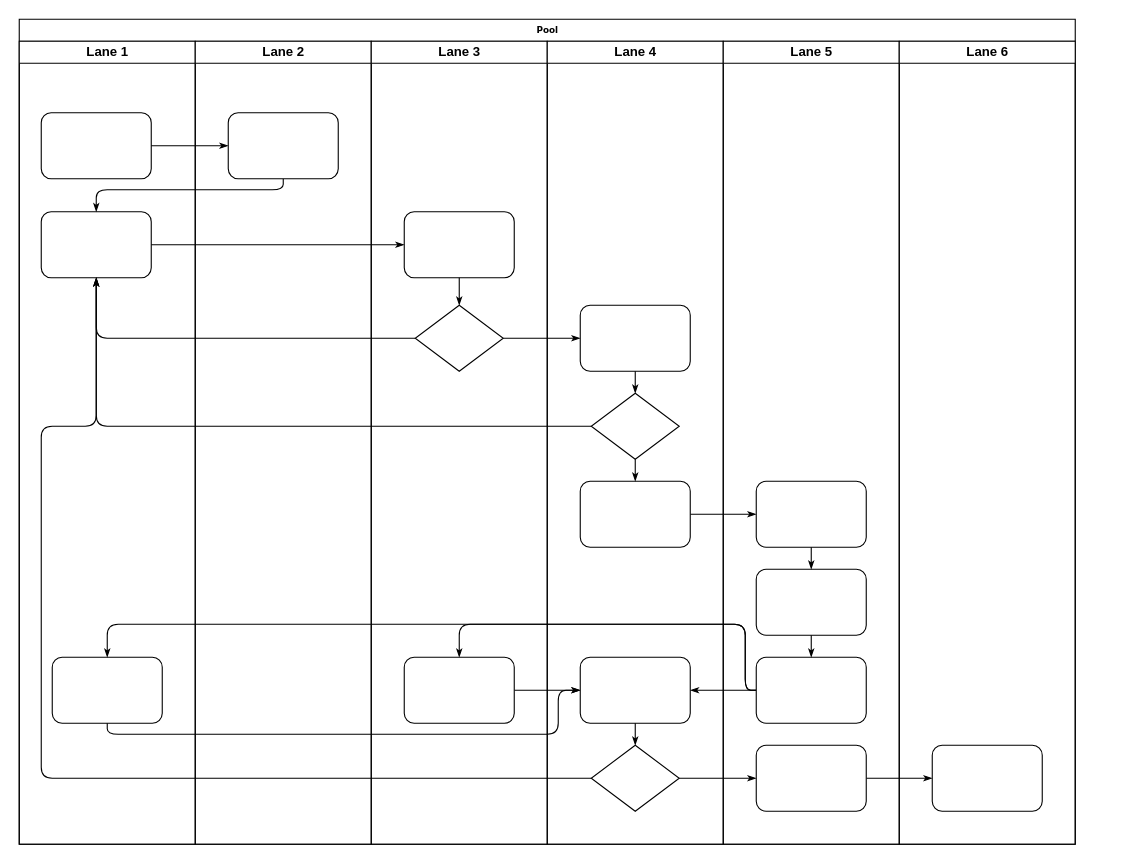
Earlier version of the draw.io diagram 未命名绘图.drawio (chao232/demo). Source tidied: cells renumbered, new cells numbered last; positions are measured from the earlier drawing's top-left corner, leaving out a move shared by most shapes. Both pictures are drawn from the tidied source at 110%, with x=0, y=0 at pixel (19, 19).
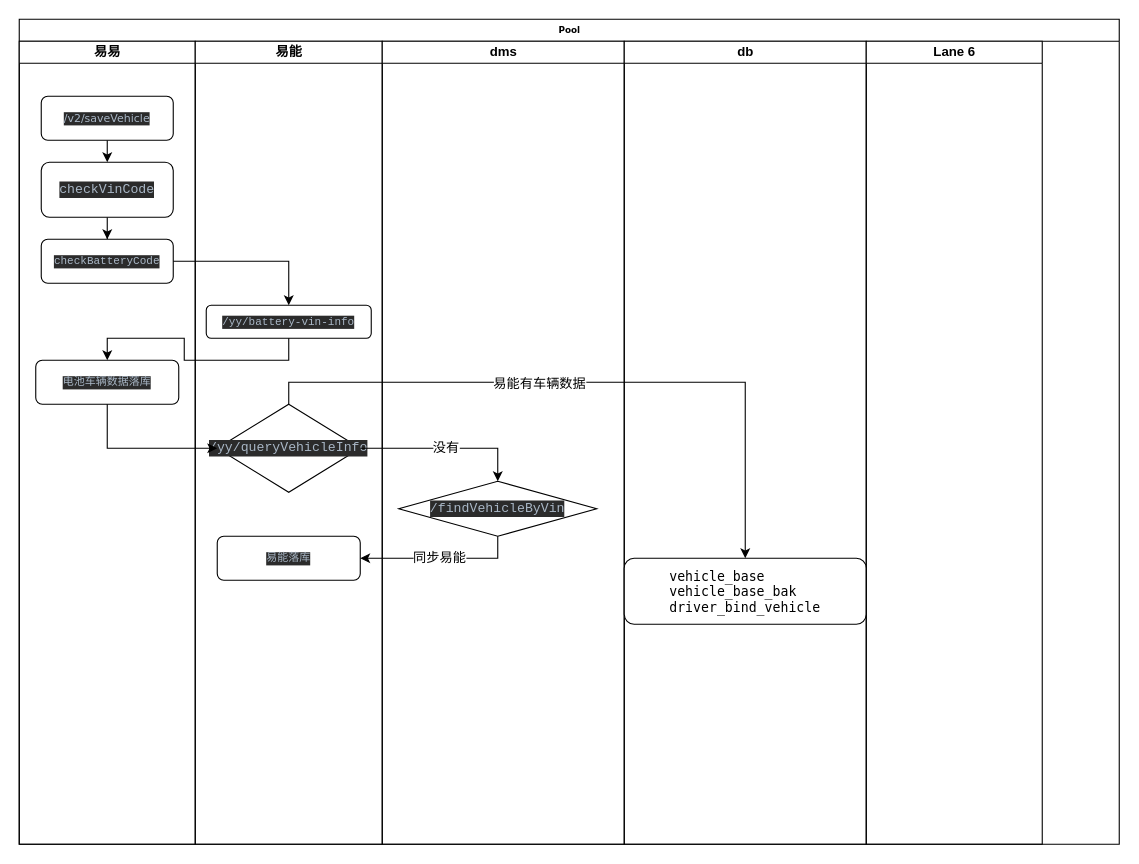
The same page after the edit.

Commit message:
车辆电池入网.drawio

Change to the diagram source:
```diff
@@
     <mxCell id="2" value="Pool" style="swimlane;html=1;startSize=20;rounded=0;shadow=0;labelBackgroundColor=none;strokeWidth=1;fontFamily=Verdana;fontSize=8;align=center;" parent="1" vertex="1">
-      <mxGeometry width="960" height="750" as="geometry" />
+      <mxGeometry width="1000" height="750" as="geometry" />
     </mxCell>
-    <mxCell id="3" value="Lane 1" style="swimlane;html=1;startSize=20;" parent="2" vertex="1">
+    <mxCell id="3" value="易易" style="swimlane;html=1;startSize=20;" parent="2" vertex="1">
       <mxGeometry y="20" width="160" height="730" as="geometry" />
     </mxCell>
+    <mxCell id="47" style="edgeStyle=orthogonalEdgeStyle;rounded=0;jettySize=auto;html=1;exitX=0.5;exitY=1;exitDx=0;exitDy=0;entryX=0.5;entryY=0;entryDx=0;entryDy=0;fontFamily=Verdana;fontSize=10;" parent="3" edge="1" source="4" target="5">
+      <mxGeometry relative="1" as="geometry" />
+    </mxCell>
-    <mxCell id="4" style="rounded=1;whiteSpace=wrap;html=1;shadow=0;labelBackgroundColor=none;strokeWidth=1;fontFamily=Verdana;fontSize=8;align=center;" parent="3" vertex="1">
-      <mxGeometry x="20" y="65" width="100" height="60" as="geometry" />
+    <mxCell id="4" value="&lt;p style=&quot;background-color: rgb(43, 43, 43); color: rgb(169, 183, 198);&quot;&gt;&lt;font style=&quot;font-size: 10px;&quot;&gt;/v2/saveVehicle&lt;/font&gt;&lt;/p&gt;" style="rounded=1;whiteSpace=wrap;html=1;shadow=0;labelBackgroundColor=none;strokeWidth=1;fontFamily=Verdana;fontSize=8;align=center;" parent="3" vertex="1">
+      <mxGeometry x="20" y="50" width="120" height="40" as="geometry" />
     </mxCell>
+    <mxCell id="48" style="edgeStyle=orthogonalEdgeStyle;rounded=0;jettySize=auto;html=1;exitX=0.5;exitY=1;exitDx=0;exitDy=0;fontFamily=Verdana;fontSize=10;" parent="3" edge="1" source="5" target="49">
+      <mxGeometry relative="1" as="geometry" />
+    </mxCell>
-    <mxCell id="5" style="rounded=1;whiteSpace=wrap;html=1;shadow=0;labelBackgroundColor=none;strokeWidth=1;fontFamily=Verdana;fontSize=8;align=center;" parent="3" vertex="1">
-      <mxGeometry x="20" y="155" width="100" height="60" as="geometry" />
+    <mxCell id="5" value="&lt;pre style=&quot;background-color: rgb(43, 43, 43); color: rgb(169, 183, 198); font-family: &amp;quot;JetBrains Mono&amp;quot;, monospace;&quot;&gt;&lt;font style=&quot;font-size: 12px;&quot;&gt;checkVinCode&lt;/font&gt;&lt;/pre&gt;" style="rounded=1;whiteSpace=wrap;html=1;shadow=0;labelBackgroundColor=none;strokeWidth=1;fontFamily=Verdana;fontSize=8;align=center;" parent="3" vertex="1">
+      <mxGeometry x="20" y="110" width="120" height="50" as="geometry" />
     </mxCell>
-    <mxCell id="6" style="rounded=1;whiteSpace=wrap;html=1;shadow=0;labelBackgroundColor=none;strokeWidth=1;fontFamily=Verdana;fontSize=8;align=center;" parent="3" vertex="1">
-      <mxGeometry x="30" y="560" width="100" height="60" as="geometry" />
+    <mxCell id="6" value="&lt;pre style=&quot;background-color: rgb(43, 43, 43); color: rgb(169, 183, 198); font-family: &amp;quot;JetBrains Mono&amp;quot;, monospace;&quot;&gt;&lt;font style=&quot;font-size: 10px;&quot;&gt;电池车辆数据落库&lt;/font&gt;&lt;/pre&gt;" style="rounded=1;whiteSpace=wrap;html=1;shadow=0;labelBackgroundColor=none;strokeWidth=1;fontFamily=Verdana;fontSize=8;align=center;" parent="3" vertex="1">
+      <mxGeometry x="15" y="290" width="130" height="40" as="geometry" />
     </mxCell>
-    <mxCell id="7" style="edgeStyle=orthogonalEdgeStyle;rounded=1;html=1;labelBackgroundColor=none;startArrow=none;startFill=0;startSize=5;endArrow=classicThin;endFill=1;endSize=5;jettySize=auto;strokeWidth=1;fontFamily=Verdana;fontSize=8;" parent="2" edge="1" source="4" target="23">
-      <mxGeometry relative="1" as="geometry" />
-    </mxCell>
-    <mxCell id="8" style="edgeStyle=orthogonalEdgeStyle;rounded=1;html=1;labelBackgroundColor=none;startArrow=none;startFill=0;startSize=5;endArrow=classicThin;endFill=1;endSize=5;jettySize=auto;strokeWidth=1;fontFamily=Verdana;fontSize=8;" parent="2" edge="1" source="23" target="5">
-      <mxGeometry relative="1" as="geometry">
-        <Array as="points">
-          <mxPoint x="240" y="155" />
-          <mxPoint x="70" y="155" />
-        </Array>
-      </mxGeometry>
-    </mxCell>
-    <mxCell id="9" style="edgeStyle=orthogonalEdgeStyle;rounded=1;html=1;labelBackgroundColor=none;startArrow=none;startFill=0;startSize=5;endArrow=classicThin;endFill=1;endSize=5;jettySize=auto;strokeWidth=1;fontFamily=Verdana;fontSize=8;" parent="2" edge="1" source="5" target="25">
-      <mxGeometry relative="1" as="geometry" />
-    </mxCell>
-    <mxCell id="10" style="edgeStyle=orthogonalEdgeStyle;rounded=1;html=1;labelBackgroundColor=none;startArrow=none;startFill=0;startSize=5;endArrow=classicThin;endFill=1;endSize=5;jettySize=auto;strokeWidth=1;fontFamily=Verdana;fontSize=8;" parent="2" edge="1" source="26" target="5">
-      <mxGeometry relative="1" as="geometry" />
-    </mxCell>
-    <mxCell id="11" style="edgeStyle=orthogonalEdgeStyle;rounded=1;html=1;labelBackgroundColor=none;startArrow=none;startFill=0;startSize=5;endArrow=classicThin;endFill=1;endSize=5;jettySize=auto;strokeWidth=1;fontFamily=Verdana;fontSize=8;" parent="2" edge="1" source="31" target="5">
-      <mxGeometry relative="1" as="geometry" />
-    </mxCell>
-    <mxCell id="12" style="edgeStyle=orthogonalEdgeStyle;rounded=1;html=1;labelBackgroundColor=none;startArrow=none;startFill=0;startSize=5;endArrow=classicThin;endFill=1;endSize=5;jettySize=auto;strokeWidth=1;fontFamily=Verdana;fontSize=8;" parent="2" edge="1" source="34" target="5">
-      <mxGeometry relative="1" as="geometry">
-        <Array as="points">
-          <mxPoint x="20" y="690" />
-          <mxPoint x="20" y="370" />
-          <mxPoint x="70" y="370" />
-        </Array>
-      </mxGeometry>
-    </mxCell>
-    <mxCell id="13" style="edgeStyle=orthogonalEdgeStyle;rounded=1;html=1;labelBackgroundColor=none;startArrow=none;startFill=0;startSize=5;endArrow=classicThin;endFill=1;endSize=5;jettySize=auto;strokeWidth=1;fontFamily=Verdana;fontSize=8;" parent="2" edge="1" source="26" target="30">
-      <mxGeometry relative="1" as="geometry" />
-    </mxCell>
-    <mxCell id="14" style="edgeStyle=orthogonalEdgeStyle;rounded=1;html=1;labelBackgroundColor=none;startArrow=none;startFill=0;startSize=5;endArrow=classicThin;endFill=1;endSize=5;jettySize=auto;strokeWidth=1;fontFamily=Verdana;fontSize=8;" parent="2" edge="1" source="34" target="42">
-      <mxGeometry relative="1" as="geometry" />
-    </mxCell>
-    <mxCell id="15" style="edgeStyle=orthogonalEdgeStyle;rounded=1;html=1;labelBackgroundColor=none;startArrow=none;startFill=0;startSize=5;endArrow=classicThin;endFill=1;endSize=5;jettySize=auto;strokeWidth=1;fontFamily=Verdana;fontSize=8;" parent="2" edge="1" source="42" target="46">
-      <mxGeometry relative="1" as="geometry" />
-    </mxCell>
-    <mxCell id="16" style="edgeStyle=orthogonalEdgeStyle;rounded=1;html=1;labelBackgroundColor=none;startArrow=none;startFill=0;startSize=5;endArrow=classicThin;endFill=1;endSize=5;jettySize=auto;strokeWidth=1;fontFamily=Verdana;fontSize=8;" parent="2" edge="1" source="32" target="39">
-      <mxGeometry relative="1" as="geometry" />
-    </mxCell>
-    <mxCell id="17" style="edgeStyle=orthogonalEdgeStyle;rounded=1;html=1;labelBackgroundColor=none;startArrow=none;startFill=0;startSize=5;endArrow=classicThin;endFill=1;endSize=5;jettySize=auto;strokeWidth=1;fontFamily=Verdana;fontSize=8;" parent="2" edge="1" source="41" target="27">
-      <mxGeometry relative="1" as="geometry">
-        <Array as="points">
-          <mxPoint x="660" y="610" />
-          <mxPoint x="660" y="550" />
-          <mxPoint x="400" y="550" />
-        </Array>
-      </mxGeometry>
-    </mxCell>
-    <mxCell id="18" style="edgeStyle=orthogonalEdgeStyle;rounded=1;html=1;labelBackgroundColor=none;startArrow=none;startFill=0;startSize=5;endArrow=classicThin;endFill=1;endSize=5;jettySize=auto;strokeColor=#000000;strokeWidth=1;fontFamily=Verdana;fontSize=8;fontColor=#000000;" parent="2" edge="1" source="41" target="33">
-      <mxGeometry relative="1" as="geometry" />
-    </mxCell>
-    <mxCell id="19" style="edgeStyle=orthogonalEdgeStyle;rounded=1;html=1;labelBackgroundColor=none;startArrow=none;startFill=0;startSize=5;endArrow=classicThin;endFill=1;endSize=5;jettySize=auto;strokeWidth=1;fontFamily=Verdana;fontSize=8;" parent="2" edge="1" source="41" target="6">
-      <mxGeometry relative="1" as="geometry">
-        <Array as="points">
-          <mxPoint x="660" y="610" />
-          <mxPoint x="660" y="550" />
-          <mxPoint x="80" y="550" />
-        </Array>
-      </mxGeometry>
-    </mxCell>
-    <mxCell id="20" style="edgeStyle=orthogonalEdgeStyle;rounded=1;html=1;labelBackgroundColor=none;startArrow=none;startFill=0;startSize=5;endArrow=classicThin;endFill=1;endSize=5;jettySize=auto;strokeWidth=1;fontFamily=Verdana;fontSize=8;" parent="2" edge="1" source="6" target="33">
-      <mxGeometry relative="1" as="geometry">
-        <Array as="points">
-          <mxPoint x="80" y="650" />
-          <mxPoint x="490" y="650" />
-          <mxPoint x="490" y="610" />
-        </Array>
-      </mxGeometry>
-    </mxCell>
-    <mxCell id="21" style="edgeStyle=orthogonalEdgeStyle;rounded=1;html=1;labelBackgroundColor=none;startArrow=none;startFill=0;startSize=5;endArrow=classicThin;endFill=1;endSize=5;jettySize=auto;strokeWidth=1;fontFamily=Verdana;fontSize=8;" parent="2" edge="1" source="27" target="33">
-      <mxGeometry relative="1" as="geometry" />
-    </mxCell>
+    <mxCell id="49" value="&lt;pre style=&quot;background-color: rgb(43, 43, 43); color: rgb(169, 183, 198); font-family: &amp;quot;JetBrains Mono&amp;quot;, monospace;&quot;&gt;&lt;pre style=&quot;font-family: &amp;quot;JetBrains Mono&amp;quot;, monospace;&quot;&gt;&lt;font style=&quot;font-size: 10px;&quot;&gt;checkBatteryCode&lt;/font&gt;&lt;/pre&gt;&lt;/pre&gt;" style="rounded=1;whiteSpace=wrap;html=1;shadow=0;labelBackgroundColor=none;strokeWidth=1;fontFamily=Verdana;fontSize=8;align=center;" parent="3" vertex="1">
+      <mxGeometry x="20" y="180" width="120" height="40" as="geometry" />
+    </mxCell>
-    <mxCell id="22" value="Lane 2" style="swimlane;html=1;startSize=20;" parent="2" vertex="1">
-      <mxGeometry x="160" y="20" width="160" height="730" as="geometry" />
+    <mxCell id="22" value="易能" style="swimlane;html=1;startSize=20;" parent="2" vertex="1">
+      <mxGeometry x="160" y="20" width="170" height="730" as="geometry" />
     </mxCell>
-    <mxCell id="23" style="rounded=1;whiteSpace=wrap;html=1;shadow=0;labelBackgroundColor=none;strokeWidth=1;fontFamily=Verdana;fontSize=8;align=center;" parent="22" vertex="1">
-      <mxGeometry x="30" y="65" width="100" height="60" as="geometry" />
+    <mxCell id="23" value="&lt;pre style=&quot;background-color: rgb(43, 43, 43); color: rgb(169, 183, 198); font-family: &amp;quot;JetBrains Mono&amp;quot;, monospace;&quot;&gt;&lt;font style=&quot;font-size: 10px;&quot;&gt;/yy/battery-vin-info&lt;/font&gt;&lt;/pre&gt;" style="rounded=1;whiteSpace=wrap;html=1;shadow=0;labelBackgroundColor=none;strokeWidth=1;fontFamily=Verdana;fontSize=8;align=center;" parent="22" vertex="1">
+      <mxGeometry x="10" y="240" width="150" height="30" as="geometry" />
     </mxCell>
+    <mxCell id="50" value="&lt;pre style=&quot;background-color: rgb(43, 43, 43); color: rgb(169, 183, 198); font-family: &amp;quot;JetBrains Mono&amp;quot;, monospace;&quot;&gt;&lt;font style=&quot;font-size: 12px;&quot;&gt;/yy/queryVehicleInfo&lt;/font&gt;&lt;/pre&gt;" style="rhombus;whiteSpace=wrap;html=1;fontFamily=Verdana;fontSize=12;" parent="22" vertex="1">
+      <mxGeometry x="20" y="330" width="130" height="80" as="geometry" />
+    </mxCell>
+    <mxCell id="51" value="&lt;pre style=&quot;background-color: rgb(43, 43, 43); color: rgb(169, 183, 198); font-family: &amp;quot;JetBrains Mono&amp;quot;, monospace;&quot;&gt;&lt;span style=&quot;font-size: 10px;&quot;&gt;易能落库&lt;/span&gt;&lt;/pre&gt;" style="rounded=1;whiteSpace=wrap;html=1;shadow=0;labelBackgroundColor=none;strokeWidth=1;fontFamily=Verdana;fontSize=8;align=center;" parent="22" vertex="1">
+      <mxGeometry x="20" y="450" width="130" height="40" as="geometry" />
+    </mxCell>
-    <mxCell id="24" value="Lane 3" style="swimlane;html=1;startSize=20;" parent="2" vertex="1">
-      <mxGeometry x="320" y="20" width="160" height="730" as="geometry" />
+    <mxCell id="24" value="dms" style="swimlane;html=1;startSize=20;" parent="2" vertex="1">
+      <mxGeometry x="330" y="20" width="220" height="730" as="geometry" />
     </mxCell>
+    <mxCell id="52" value="&lt;pre style=&quot;background-color: rgb(43, 43, 43); color: rgb(169, 183, 198); font-family: &amp;quot;JetBrains Mono&amp;quot;, monospace;&quot;&gt;&lt;pre style=&quot;border-color: var(--border-color); font-size: 8px; font-family: &amp;quot;JetBrains Mono&amp;quot;, monospace;&quot;&gt;&lt;font style=&quot;border-color: var(--border-color); font-size: 12px;&quot;&gt;/findVehicleByVin&lt;/font&gt;&lt;/pre&gt;&lt;/pre&gt;" style="rhombus;whiteSpace=wrap;html=1;fontFamily=Verdana;fontSize=12;" parent="24" vertex="1">
+      <mxGeometry x="15" y="400" width="180" height="50" as="geometry" />
+    </mxCell>
+    <mxCell id="53" value="没有" style="edgeStyle=orthogonalEdgeStyle;rounded=0;jettySize=auto;html=1;entryX=0.5;entryY=0;entryDx=0;entryDy=0;fontFamily=Verdana;fontSize=12;exitX=1;exitY=0.5;exitDx=0;exitDy=0;" parent="2" edge="1" source="50" target="52">
+      <mxGeometry relative="1" as="geometry" />
+    </mxCell>
+    <mxCell id="29" value="db" style="swimlane;html=1;startSize=20;" parent="2" vertex="1">
+      <mxGeometry x="550" y="20" width="220" height="730" as="geometry" />
+    </mxCell>
-    <mxCell id="25" style="rounded=1;whiteSpace=wrap;html=1;shadow=0;labelBackgroundColor=none;strokeWidth=1;fontFamily=Verdana;fontSize=8;align=center;" parent="24" vertex="1">
-      <mxGeometry x="30" y="155" width="100" height="60" as="geometry" />
+    <mxCell id="25" value="&lt;p style=&quot;margin: 0px; font-variant-numeric: normal; font-variant-east-asian: normal; font-stretch: normal; font-size: 12px; line-height: normal; font-family: Menlo; text-align: start;&quot; class=&quot;p1&quot;&gt;vehicle_base&lt;/p&gt;&lt;p style=&quot;margin: 0px; font-variant-numeric: normal; font-variant-east-asian: normal; font-stretch: normal; font-size: 12px; line-height: normal; font-family: Menlo; text-align: start;&quot; class=&quot;p1&quot;&gt;vehicle_base_bak&lt;/p&gt;&lt;p style=&quot;margin: 0px; font-variant-numeric: normal; font-variant-east-asian: normal; font-stretch: normal; font-size: 12px; line-height: normal; font-family: Menlo; text-align: start;&quot; class=&quot;p1&quot;&gt;driver_bind_vehicle&lt;/p&gt;" style="rounded=1;whiteSpace=wrap;html=1;shadow=0;labelBackgroundColor=none;strokeWidth=1;fontFamily=Verdana;fontSize=8;align=center;" parent="29" vertex="1">
+      <mxGeometry y="470" width="220" height="60" as="geometry" />
     </mxCell>
-    <mxCell id="26" style="rhombus;whiteSpace=wrap;html=1;rounded=0;shadow=0;labelBackgroundColor=none;strokeWidth=1;fontFamily=Verdana;fontSize=8;align=center;" parent="24" vertex="1">
-      <mxGeometry x="40" y="240" width="80" height="60" as="geometry" />
-    </mxCell>
-    <mxCell id="27" style="rounded=1;whiteSpace=wrap;html=1;shadow=0;labelBackgroundColor=none;strokeWidth=1;fontFamily=Verdana;fontSize=8;align=center;" parent="24" vertex="1">
-      <mxGeometry x="30" y="560" width="100" height="60" as="geometry" />
-    </mxCell>
-    <mxCell id="28" style="edgeStyle=orthogonalEdgeStyle;rounded=1;html=1;labelBackgroundColor=none;startArrow=none;startFill=0;startSize=5;endArrow=classicThin;endFill=1;endSize=5;jettySize=auto;strokeWidth=1;fontFamily=Verdana;fontSize=8;" parent="24" edge="1" source="25" target="26">
-      <mxGeometry relative="1" as="geometry" />
-    </mxCell>
-    <mxCell id="29" value="Lane 4" style="swimlane;html=1;startSize=20;" parent="2" vertex="1">
-      <mxGeometry x="480" y="20" width="160" height="730" as="geometry" />
-    </mxCell>
-    <mxCell id="30" style="rounded=1;whiteSpace=wrap;html=1;shadow=0;labelBackgroundColor=none;strokeWidth=1;fontFamily=Verdana;fontSize=8;align=center;" parent="29" vertex="1">
-      <mxGeometry x="30" y="240" width="100" height="60" as="geometry" />
-    </mxCell>
-    <mxCell id="31" style="rhombus;whiteSpace=wrap;html=1;rounded=0;shadow=0;labelBackgroundColor=none;strokeWidth=1;fontFamily=Verdana;fontSize=8;align=center;" parent="29" vertex="1">
-      <mxGeometry x="40" y="320" width="80" height="60" as="geometry" />
-    </mxCell>
-    <mxCell id="32" style="rounded=1;whiteSpace=wrap;html=1;shadow=0;labelBackgroundColor=none;strokeWidth=1;fontFamily=Verdana;fontSize=8;align=center;" parent="29" vertex="1">
-      <mxGeometry x="30" y="400" width="100" height="60" as="geometry" />
-    </mxCell>
-    <mxCell id="33" style="rounded=1;whiteSpace=wrap;html=1;shadow=0;labelBackgroundColor=none;strokeWidth=1;fontFamily=Verdana;fontSize=8;align=center;" parent="29" vertex="1">
-      <mxGeometry x="30" y="560" width="100" height="60" as="geometry" />
-    </mxCell>
-    <mxCell id="34" style="rhombus;whiteSpace=wrap;html=1;rounded=0;shadow=0;labelBackgroundColor=none;strokeWidth=1;fontFamily=Verdana;fontSize=8;align=center;" parent="29" vertex="1">
-      <mxGeometry x="40" y="640" width="80" height="60" as="geometry" />
-    </mxCell>
-    <mxCell id="35" style="edgeStyle=orthogonalEdgeStyle;rounded=1;html=1;labelBackgroundColor=none;startArrow=none;startFill=0;startSize=5;endArrow=classicThin;endFill=1;endSize=5;jettySize=auto;strokeColor=#000000;strokeWidth=1;fontFamily=Verdana;fontSize=8;fontColor=#000000;" parent="29" edge="1" source="30" target="31">
-      <mxGeometry relative="1" as="geometry" />
-    </mxCell>
-    <mxCell id="36" style="edgeStyle=orthogonalEdgeStyle;rounded=1;html=1;labelBackgroundColor=none;startArrow=none;startFill=0;startSize=5;endArrow=classicThin;endFill=1;endSize=5;jettySize=auto;strokeWidth=1;fontFamily=Verdana;fontSize=8;" parent="29" edge="1" source="31" target="32">
-      <mxGeometry relative="1" as="geometry" />
-    </mxCell>
-    <mxCell id="37" style="edgeStyle=orthogonalEdgeStyle;rounded=1;html=1;labelBackgroundColor=none;startArrow=none;startFill=0;startSize=5;endArrow=classicThin;endFill=1;endSize=5;jettySize=auto;strokeWidth=1;fontFamily=Verdana;fontSize=8;" parent="29" edge="1" source="33" target="34">
-      <mxGeometry relative="1" as="geometry" />
-    </mxCell>
-    <mxCell id="38" value="Lane 5" style="swimlane;html=1;startSize=20;" parent="2" vertex="1">
-      <mxGeometry x="640" y="20" width="160" height="730" as="geometry" />
-    </mxCell>
-    <mxCell id="39" style="rounded=1;whiteSpace=wrap;html=1;shadow=0;labelBackgroundColor=none;strokeWidth=1;fontFamily=Verdana;fontSize=8;align=center;" parent="38" vertex="1">
-      <mxGeometry x="30" y="400" width="100" height="60" as="geometry" />
-    </mxCell>
-    <mxCell id="40" style="rounded=1;whiteSpace=wrap;html=1;shadow=0;labelBackgroundColor=none;strokeWidth=1;fontFamily=Verdana;fontSize=8;align=center;" parent="38" vertex="1">
-      <mxGeometry x="30" y="480" width="100" height="60" as="geometry" />
-    </mxCell>
-    <mxCell id="41" style="rounded=1;whiteSpace=wrap;html=1;shadow=0;labelBackgroundColor=none;strokeWidth=1;fontFamily=Verdana;fontSize=8;align=center;" parent="38" vertex="1">
-      <mxGeometry x="30" y="560" width="100" height="60" as="geometry" />
-    </mxCell>
-    <mxCell id="42" style="rounded=1;whiteSpace=wrap;html=1;shadow=0;labelBackgroundColor=none;strokeWidth=1;fontFamily=Verdana;fontSize=8;align=center;" parent="38" vertex="1">
-      <mxGeometry x="30" y="640" width="100" height="60" as="geometry" />
-    </mxCell>
-    <mxCell id="43" style="edgeStyle=orthogonalEdgeStyle;rounded=1;html=1;labelBackgroundColor=none;startArrow=none;startFill=0;startSize=5;endArrow=classicThin;endFill=1;endSize=5;jettySize=auto;strokeWidth=1;fontFamily=Verdana;fontSize=8;" parent="38" edge="1" source="39" target="40">
-      <mxGeometry relative="1" as="geometry" />
-    </mxCell>
-    <mxCell id="44" style="edgeStyle=orthogonalEdgeStyle;rounded=1;html=1;labelBackgroundColor=none;startArrow=none;startFill=0;startSize=5;endArrow=classicThin;endFill=1;endSize=5;jettySize=auto;strokeWidth=1;fontFamily=Verdana;fontSize=8;" parent="38" edge="1" source="40" target="41">
-      <mxGeometry relative="1" as="geometry" />
-    </mxCell>
     <mxCell id="45" value="Lane 6" style="swimlane;html=1;startSize=20;" parent="2" vertex="1">
-      <mxGeometry x="800" y="20" width="160" height="730" as="geometry" />
+      <mxGeometry x="770" y="20" width="160" height="730" as="geometry" />
     </mxCell>
-    <mxCell id="46" style="rounded=1;whiteSpace=wrap;html=1;shadow=0;labelBackgroundColor=none;strokeWidth=1;fontFamily=Verdana;fontSize=8;align=center;" parent="45" vertex="1">
-      <mxGeometry x="30" y="640" width="100" height="60" as="geometry" />
-    </mxCell>
+    <mxCell id="54" style="edgeStyle=orthogonalEdgeStyle;rounded=0;jettySize=auto;html=1;exitX=1;exitY=0.5;exitDx=0;exitDy=0;entryX=0.5;entryY=0;entryDx=0;entryDy=0;fontFamily=Verdana;fontSize=12;" parent="2" edge="1" source="49" target="23">
+      <mxGeometry relative="1" as="geometry" />
+    </mxCell>
+    <mxCell id="55" style="edgeStyle=orthogonalEdgeStyle;rounded=0;jettySize=auto;html=1;exitX=0.5;exitY=1;exitDx=0;exitDy=0;entryX=0.5;entryY=0;entryDx=0;entryDy=0;fontFamily=Verdana;fontSize=12;" parent="2" edge="1" source="23" target="6">
+      <mxGeometry relative="1" as="geometry" />
+    </mxCell>
+    <mxCell id="56" style="edgeStyle=orthogonalEdgeStyle;rounded=0;jettySize=auto;html=1;exitX=0.5;exitY=1;exitDx=0;exitDy=0;entryX=0;entryY=0.5;entryDx=0;entryDy=0;fontFamily=Verdana;fontSize=12;" parent="2" edge="1" source="6" target="50">
+      <mxGeometry relative="1" as="geometry" />
+    </mxCell>
+    <mxCell id="57" value="同步易能" style="edgeStyle=orthogonalEdgeStyle;rounded=0;jettySize=auto;html=1;exitX=0.5;exitY=1;exitDx=0;exitDy=0;fontFamily=Verdana;fontSize=12;" parent="2" edge="1" source="52" target="51">
+      <mxGeometry relative="1" as="geometry" />
+    </mxCell>
+    <mxCell id="58" style="edgeStyle=orthogonalEdgeStyle;rounded=0;jettySize=auto;html=1;exitX=0.5;exitY=0;exitDx=0;exitDy=0;entryX=0.5;entryY=0;entryDx=0;entryDy=0;fontFamily=Verdana;fontSize=12;" parent="2" edge="1" source="50" target="25">
+      <mxGeometry relative="1" as="geometry" />
+    </mxCell>
+    <mxCell id="59" value="易能有车辆数据" style="edgeLabel;html=1;align=center;verticalAlign=middle;fontSize=12;fontFamily=Verdana;" parent="58" vertex="1">
+      <mxGeometry x="-0.17" y="-1" relative="1" as="geometry" />
+    </mxCell>
```
